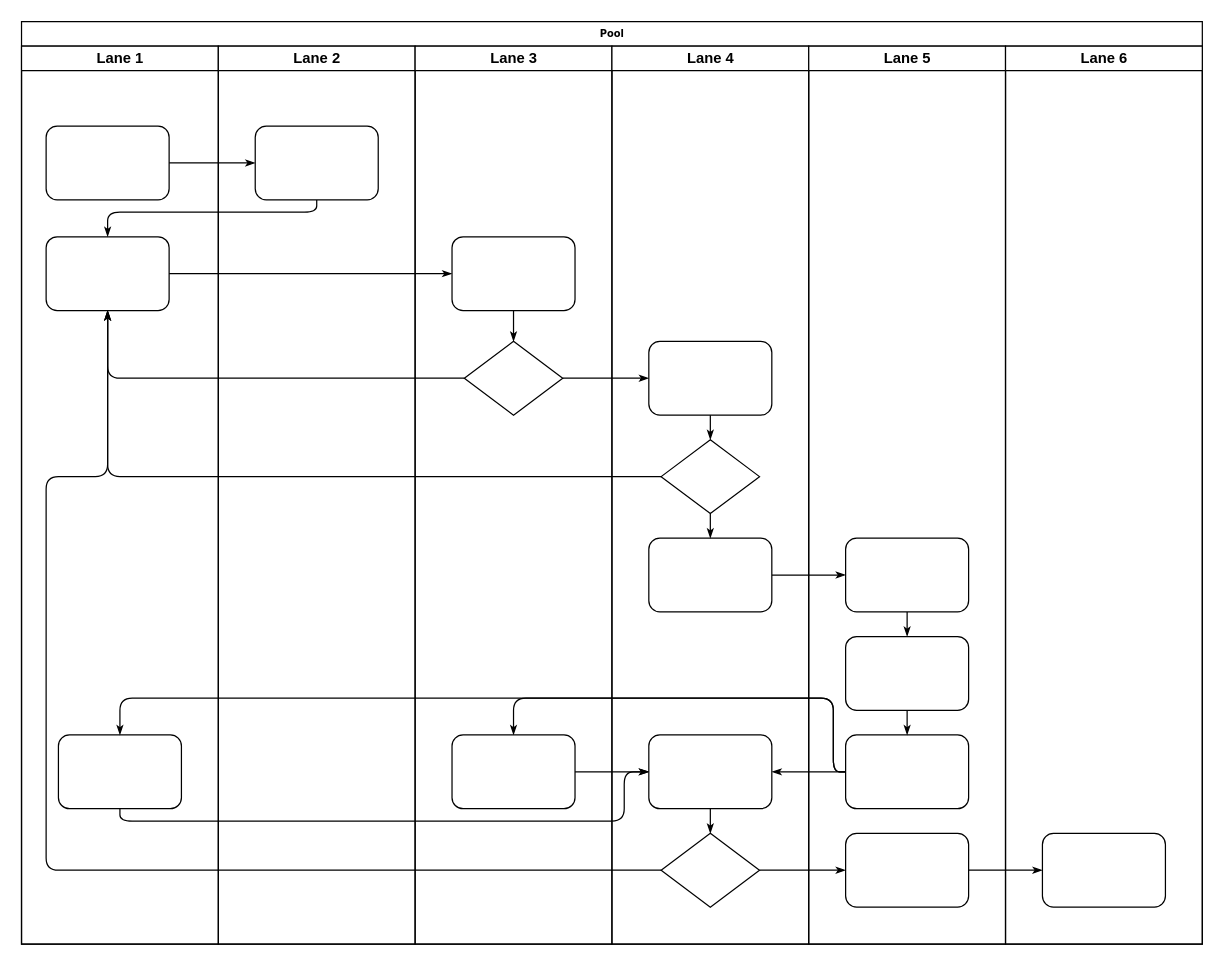
This is Untitled Diagram.drawio from datarasov/rep1, a draw.io file, before an edit. Source tidied: cells renumbered, new cells numbered last; positions are measured from the earlier drawing's top-left corner, leaving out a move shared by most shapes. Both pictures are drawn from the tidied source at 123%, with x=0, y=0 at pixel (21, 21).
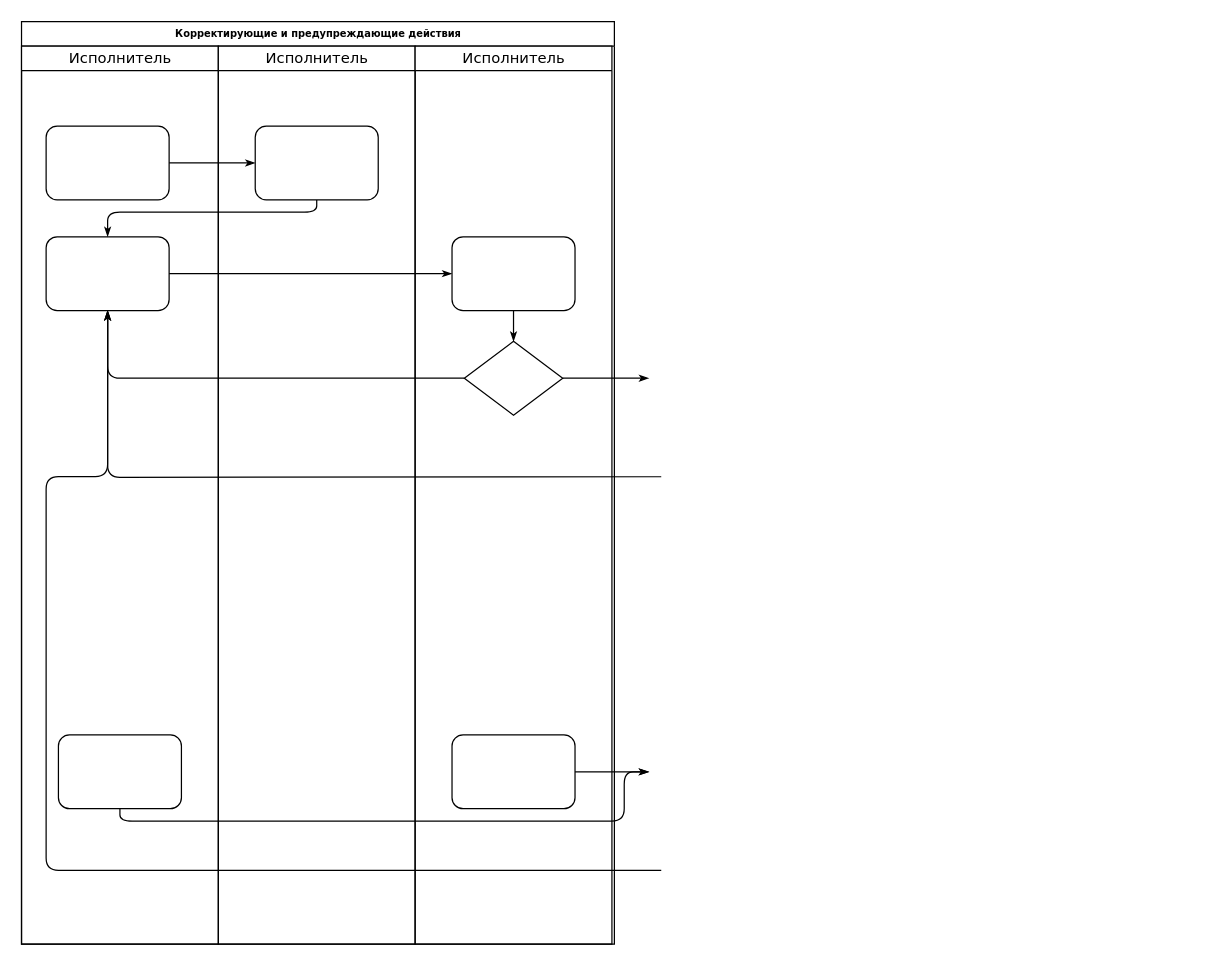
After the change.

The change refers to these unchanged cells:
```xml
<mxCell id="5" style="rounded=1;whiteSpace=wrap;html=1;shadow=0;labelBackgroundColor=none;strokeWidth=1;fontFamily=Verdana;fontSize=8;align=center;" parent="3" vertex="1">
  <mxGeometry x="20" y="155" width="100" height="60" as="geometry" />
</mxCell>
<mxCell id="6" style="rounded=1;whiteSpace=wrap;html=1;shadow=0;labelBackgroundColor=none;strokeWidth=1;fontFamily=Verdana;fontSize=8;align=center;" parent="3" vertex="1">
  <mxGeometry x="30" y="560" width="100" height="60" as="geometry" />
</mxCell>
<mxCell id="26" style="rhombus;whiteSpace=wrap;html=1;rounded=0;shadow=0;labelBackgroundColor=none;strokeWidth=1;fontFamily=Verdana;fontSize=8;align=center;" parent="24" vertex="1">
  <mxGeometry x="40" y="240" width="80" height="60" as="geometry" />
</mxCell>
<mxCell id="27" style="rounded=1;whiteSpace=wrap;html=1;shadow=0;labelBackgroundColor=none;strokeWidth=1;fontFamily=Verdana;fontSize=8;align=center;" parent="24" vertex="1">
  <mxGeometry x="30" y="560" width="100" height="60" as="geometry" />
</mxCell>
```

What changed in the source:
```diff
@@
-    <mxCell id="2" value="Pool" style="swimlane;html=1;startSize=20;rounded=0;shadow=0;labelBackgroundColor=none;strokeWidth=1;fontFamily=Verdana;fontSize=8;align=center;" parent="1" vertex="1">
-      <mxGeometry width="960" height="750" as="geometry" />
+    <mxCell id="2" value="Корректирующие и предупреждающие действия" style="swimlane;html=1;startSize=20;rounded=0;shadow=0;labelBackgroundColor=none;strokeWidth=1;fontFamily=Verdana;fontSize=8;align=center;" parent="1" vertex="1">
+      <mxGeometry width="482" height="750" as="geometry" />
     </mxCell>
-    <mxCell id="3" value="Lane 1" style="swimlane;html=1;startSize=20;" parent="2" vertex="1">
+    <mxCell id="3" value="&lt;p&gt;&lt;font face=&quot;Verdana&quot; style=&quot;font-weight: normal&quot;&gt;Исполнитель&lt;/font&gt;&lt;/p&gt;" style="swimlane;html=1;startSize=20;" parent="2" vertex="1">
       <mxGeometry y="20" width="160" height="730" as="geometry" />
     </mxCell>
@@
-    <mxCell id="11" style="edgeStyle=orthogonalEdgeStyle;rounded=1;html=1;labelBackgroundColor=none;startArrow=none;startFill=0;startSize=5;endArrow=classicThin;endFill=1;endSize=5;jettySize=auto;strokeWidth=1;fontFamily=Verdana;fontSize=8;" parent="2" edge="1" source="31" target="5">
-      <mxGeometry relative="1" as="geometry" />
+    <mxCell id="11" style="edgeStyle=orthogonalEdgeStyle;rounded=1;html=1;labelBackgroundColor=none;startArrow=none;startFill=0;startSize=5;endArrow=classicThin;endFill=1;endSize=5;jettySize=auto;strokeWidth=1;fontFamily=Verdana;fontSize=8;" parent="2" edge="1" target="5">
+      <mxGeometry relative="1" as="geometry">
+        <mxPoint x="520.1" y="370.1" as="sourcePoint" />
+      </mxGeometry>
     </mxCell>
-    <mxCell id="12" style="edgeStyle=orthogonalEdgeStyle;rounded=1;html=1;labelBackgroundColor=none;startArrow=none;startFill=0;startSize=5;endArrow=classicThin;endFill=1;endSize=5;jettySize=auto;strokeWidth=1;fontFamily=Verdana;fontSize=8;" parent="2" edge="1" source="34" target="5">
+    <mxCell id="12" style="edgeStyle=orthogonalEdgeStyle;rounded=1;html=1;labelBackgroundColor=none;startArrow=none;startFill=0;startSize=5;endArrow=classicThin;endFill=1;endSize=5;jettySize=auto;strokeWidth=1;fontFamily=Verdana;fontSize=8;" parent="2" edge="1" target="5">
       <mxGeometry relative="1" as="geometry">
+        <mxPoint x="520.1" y="690.1" as="sourcePoint" />
         <Array as="points">
           <mxPoint x="20" y="690" />
           <mxPoint x="20" y="370" />
           <mxPoint x="70" y="370" />
         </Array>
       </mxGeometry>
     </mxCell>
-    <mxCell id="13" style="edgeStyle=orthogonalEdgeStyle;rounded=1;html=1;labelBackgroundColor=none;startArrow=none;startFill=0;startSize=5;endArrow=classicThin;endFill=1;endSize=5;jettySize=auto;strokeWidth=1;fontFamily=Verdana;fontSize=8;" parent="2" edge="1" source="26" target="30">
-      <mxGeometry relative="1" as="geometry" />
+    <mxCell id="13" style="edgeStyle=orthogonalEdgeStyle;rounded=1;html=1;labelBackgroundColor=none;startArrow=none;startFill=0;startSize=5;endArrow=classicThin;endFill=1;endSize=5;jettySize=auto;strokeWidth=1;fontFamily=Verdana;fontSize=8;" parent="2" edge="1" source="26">
+      <mxGeometry relative="1" as="geometry">
+        <mxPoint x="510" y="290" as="targetPoint" />
+      </mxGeometry>
     </mxCell>
-    <mxCell id="14" style="edgeStyle=orthogonalEdgeStyle;rounded=1;html=1;labelBackgroundColor=none;startArrow=none;startFill=0;startSize=5;endArrow=classicThin;endFill=1;endSize=5;jettySize=auto;strokeWidth=1;fontFamily=Verdana;fontSize=8;" parent="2" edge="1" source="34" target="42">
-      <mxGeometry relative="1" as="geometry" />
-    </mxCell>
-    <mxCell id="15" style="edgeStyle=orthogonalEdgeStyle;rounded=1;html=1;labelBackgroundColor=none;startArrow=none;startFill=0;startSize=5;endArrow=classicThin;endFill=1;endSize=5;jettySize=auto;strokeWidth=1;fontFamily=Verdana;fontSize=8;" parent="2" edge="1" source="42" target="46">
-      <mxGeometry relative="1" as="geometry" />
-    </mxCell>
-    <mxCell id="16" style="edgeStyle=orthogonalEdgeStyle;rounded=1;html=1;labelBackgroundColor=none;startArrow=none;startFill=0;startSize=5;endArrow=classicThin;endFill=1;endSize=5;jettySize=auto;strokeWidth=1;fontFamily=Verdana;fontSize=8;" parent="2" edge="1" source="32" target="39">
-      <mxGeometry relative="1" as="geometry" />
-    </mxCell>
-    <mxCell id="17" style="edgeStyle=orthogonalEdgeStyle;rounded=1;html=1;labelBackgroundColor=none;startArrow=none;startFill=0;startSize=5;endArrow=classicThin;endFill=1;endSize=5;jettySize=auto;strokeWidth=1;fontFamily=Verdana;fontSize=8;" parent="2" edge="1" source="41" target="27">
-      <mxGeometry relative="1" as="geometry">
-        <Array as="points">
-          <mxPoint x="660" y="610" />
-          <mxPoint x="660" y="550" />
-          <mxPoint x="400" y="550" />
-        </Array>
-      </mxGeometry>
-    </mxCell>
-    <mxCell id="18" style="edgeStyle=orthogonalEdgeStyle;rounded=1;html=1;labelBackgroundColor=none;startArrow=none;startFill=0;startSize=5;endArrow=classicThin;endFill=1;endSize=5;jettySize=auto;strokeColor=#000000;strokeWidth=1;fontFamily=Verdana;fontSize=8;fontColor=#000000;" parent="2" edge="1" source="41" target="33">
-      <mxGeometry relative="1" as="geometry" />
-    </mxCell>
-    <mxCell id="19" style="edgeStyle=orthogonalEdgeStyle;rounded=1;html=1;labelBackgroundColor=none;startArrow=none;startFill=0;startSize=5;endArrow=classicThin;endFill=1;endSize=5;jettySize=auto;strokeWidth=1;fontFamily=Verdana;fontSize=8;" parent="2" edge="1" source="41" target="6">
-      <mxGeometry relative="1" as="geometry">
-        <Array as="points">
-          <mxPoint x="660" y="610" />
-          <mxPoint x="660" y="550" />
-          <mxPoint x="80" y="550" />
-        </Array>
-      </mxGeometry>
-    </mxCell>
-    <mxCell id="20" style="edgeStyle=orthogonalEdgeStyle;rounded=1;html=1;labelBackgroundColor=none;startArrow=none;startFill=0;startSize=5;endArrow=classicThin;endFill=1;endSize=5;jettySize=auto;strokeWidth=1;fontFamily=Verdana;fontSize=8;" parent="2" edge="1" source="6" target="33">
+    <mxCell id="20" style="edgeStyle=orthogonalEdgeStyle;rounded=1;html=1;labelBackgroundColor=none;startArrow=none;startFill=0;startSize=5;endArrow=classicThin;endFill=1;endSize=5;jettySize=auto;strokeWidth=1;fontFamily=Verdana;fontSize=8;" parent="2" edge="1" source="6">
       <mxGeometry relative="1" as="geometry">
+        <mxPoint x="510" y="610.1" as="targetPoint" />
         <Array as="points">
           <mxPoint x="80" y="650" />
           <mxPoint x="490" y="650" />
           <mxPoint x="490" y="610" />
         </Array>
       </mxGeometry>
     </mxCell>
-    <mxCell id="21" style="edgeStyle=orthogonalEdgeStyle;rounded=1;html=1;labelBackgroundColor=none;startArrow=none;startFill=0;startSize=5;endArrow=classicThin;endFill=1;endSize=5;jettySize=auto;strokeWidth=1;fontFamily=Verdana;fontSize=8;" parent="2" edge="1" source="27" target="33">
-      <mxGeometry relative="1" as="geometry" />
+    <mxCell id="21" style="edgeStyle=orthogonalEdgeStyle;rounded=1;html=1;labelBackgroundColor=none;startArrow=none;startFill=0;startSize=5;endArrow=classicThin;endFill=1;endSize=5;jettySize=auto;strokeWidth=1;fontFamily=Verdana;fontSize=8;" parent="2" edge="1" source="27">
+      <mxGeometry relative="1" as="geometry">
+        <mxPoint x="510" y="610" as="targetPoint" />
+      </mxGeometry>
     </mxCell>
-    <mxCell id="22" value="Lane 2" style="swimlane;html=1;startSize=20;" parent="2" vertex="1">
+    <mxCell id="22" value="&lt;span style=&quot;font-family: &amp;#34;verdana&amp;#34; ; font-weight: 400&quot;&gt;Исполнитель&lt;/span&gt;" style="swimlane;html=1;startSize=20;" parent="2" vertex="1">
       <mxGeometry x="160" y="20" width="160" height="730" as="geometry" />
     </mxCell>
@@
-    <mxCell id="24" value="Lane 3" style="swimlane;html=1;startSize=20;" parent="2" vertex="1">
+    <mxCell id="24" value="&lt;span style=&quot;font-family: &amp;#34;verdana&amp;#34; ; font-weight: 400&quot;&gt;Исполнитель&lt;/span&gt;" style="swimlane;html=1;startSize=20;" parent="2" vertex="1">
       <mxGeometry x="320" y="20" width="160" height="730" as="geometry" />
     </mxCell>
@@
-    <mxCell id="29" value="Lane 4" style="swimlane;html=1;startSize=20;" parent="2" vertex="1">
-      <mxGeometry x="480" y="20" width="160" height="730" as="geometry" />
-    </mxCell>
-    <mxCell id="30" style="rounded=1;whiteSpace=wrap;html=1;shadow=0;labelBackgroundColor=none;strokeWidth=1;fontFamily=Verdana;fontSize=8;align=center;" parent="29" vertex="1">
-      <mxGeometry x="30" y="240" width="100" height="60" as="geometry" />
-    </mxCell>
-    <mxCell id="31" style="rhombus;whiteSpace=wrap;html=1;rounded=0;shadow=0;labelBackgroundColor=none;strokeWidth=1;fontFamily=Verdana;fontSize=8;align=center;" parent="29" vertex="1">
-      <mxGeometry x="40" y="320" width="80" height="60" as="geometry" />
-    </mxCell>
-    <mxCell id="32" style="rounded=1;whiteSpace=wrap;html=1;shadow=0;labelBackgroundColor=none;strokeWidth=1;fontFamily=Verdana;fontSize=8;align=center;" parent="29" vertex="1">
-      <mxGeometry x="30" y="400" width="100" height="60" as="geometry" />
-    </mxCell>
-    <mxCell id="33" style="rounded=1;whiteSpace=wrap;html=1;shadow=0;labelBackgroundColor=none;strokeWidth=1;fontFamily=Verdana;fontSize=8;align=center;" parent="29" vertex="1">
-      <mxGeometry x="30" y="560" width="100" height="60" as="geometry" />
-    </mxCell>
-    <mxCell id="34" style="rhombus;whiteSpace=wrap;html=1;rounded=0;shadow=0;labelBackgroundColor=none;strokeWidth=1;fontFamily=Verdana;fontSize=8;align=center;" parent="29" vertex="1">
-      <mxGeometry x="40" y="640" width="80" height="60" as="geometry" />
-    </mxCell>
-    <mxCell id="35" style="edgeStyle=orthogonalEdgeStyle;rounded=1;html=1;labelBackgroundColor=none;startArrow=none;startFill=0;startSize=5;endArrow=classicThin;endFill=1;endSize=5;jettySize=auto;strokeColor=#000000;strokeWidth=1;fontFamily=Verdana;fontSize=8;fontColor=#000000;" parent="29" edge="1" source="30" target="31">
-      <mxGeometry relative="1" as="geometry" />
-    </mxCell>
-    <mxCell id="36" style="edgeStyle=orthogonalEdgeStyle;rounded=1;html=1;labelBackgroundColor=none;startArrow=none;startFill=0;startSize=5;endArrow=classicThin;endFill=1;endSize=5;jettySize=auto;strokeWidth=1;fontFamily=Verdana;fontSize=8;" parent="29" edge="1" source="31" target="32">
-      <mxGeometry relative="1" as="geometry" />
-    </mxCell>
-    <mxCell id="37" style="edgeStyle=orthogonalEdgeStyle;rounded=1;html=1;labelBackgroundColor=none;startArrow=none;startFill=0;startSize=5;endArrow=classicThin;endFill=1;endSize=5;jettySize=auto;strokeWidth=1;fontFamily=Verdana;fontSize=8;" parent="29" edge="1" source="33" target="34">
-      <mxGeometry relative="1" as="geometry" />
-    </mxCell>
-    <mxCell id="38" value="Lane 5" style="swimlane;html=1;startSize=20;" parent="2" vertex="1">
-      <mxGeometry x="640" y="20" width="160" height="730" as="geometry" />
-    </mxCell>
-    <mxCell id="39" style="rounded=1;whiteSpace=wrap;html=1;shadow=0;labelBackgroundColor=none;strokeWidth=1;fontFamily=Verdana;fontSize=8;align=center;" parent="38" vertex="1">
-      <mxGeometry x="30" y="400" width="100" height="60" as="geometry" />
-    </mxCell>
-    <mxCell id="40" style="rounded=1;whiteSpace=wrap;html=1;shadow=0;labelBackgroundColor=none;strokeWidth=1;fontFamily=Verdana;fontSize=8;align=center;" parent="38" vertex="1">
-      <mxGeometry x="30" y="480" width="100" height="60" as="geometry" />
-    </mxCell>
-    <mxCell id="41" style="rounded=1;whiteSpace=wrap;html=1;shadow=0;labelBackgroundColor=none;strokeWidth=1;fontFamily=Verdana;fontSize=8;align=center;" parent="38" vertex="1">
-      <mxGeometry x="30" y="560" width="100" height="60" as="geometry" />
-    </mxCell>
-    <mxCell id="42" style="rounded=1;whiteSpace=wrap;html=1;shadow=0;labelBackgroundColor=none;strokeWidth=1;fontFamily=Verdana;fontSize=8;align=center;" parent="38" vertex="1">
-      <mxGeometry x="30" y="640" width="100" height="60" as="geometry" />
-    </mxCell>
-    <mxCell id="43" style="edgeStyle=orthogonalEdgeStyle;rounded=1;html=1;labelBackgroundColor=none;startArrow=none;startFill=0;startSize=5;endArrow=classicThin;endFill=1;endSize=5;jettySize=auto;strokeWidth=1;fontFamily=Verdana;fontSize=8;" parent="38" edge="1" source="39" target="40">
-      <mxGeometry relative="1" as="geometry" />
-    </mxCell>
-    <mxCell id="44" style="edgeStyle=orthogonalEdgeStyle;rounded=1;html=1;labelBackgroundColor=none;startArrow=none;startFill=0;startSize=5;endArrow=classicThin;endFill=1;endSize=5;jettySize=auto;strokeWidth=1;fontFamily=Verdana;fontSize=8;" parent="38" edge="1" source="40" target="41">
-      <mxGeometry relative="1" as="geometry" />
-    </mxCell>
-    <mxCell id="45" value="Lane 6" style="swimlane;html=1;startSize=20;" parent="2" vertex="1">
-      <mxGeometry x="800" y="20" width="160" height="730" as="geometry" />
-    </mxCell>
-    <mxCell id="46" style="rounded=1;whiteSpace=wrap;html=1;shadow=0;labelBackgroundColor=none;strokeWidth=1;fontFamily=Verdana;fontSize=8;align=center;" parent="45" vertex="1">
-      <mxGeometry x="30" y="640" width="100" height="60" as="geometry" />
-    </mxCell>
```
